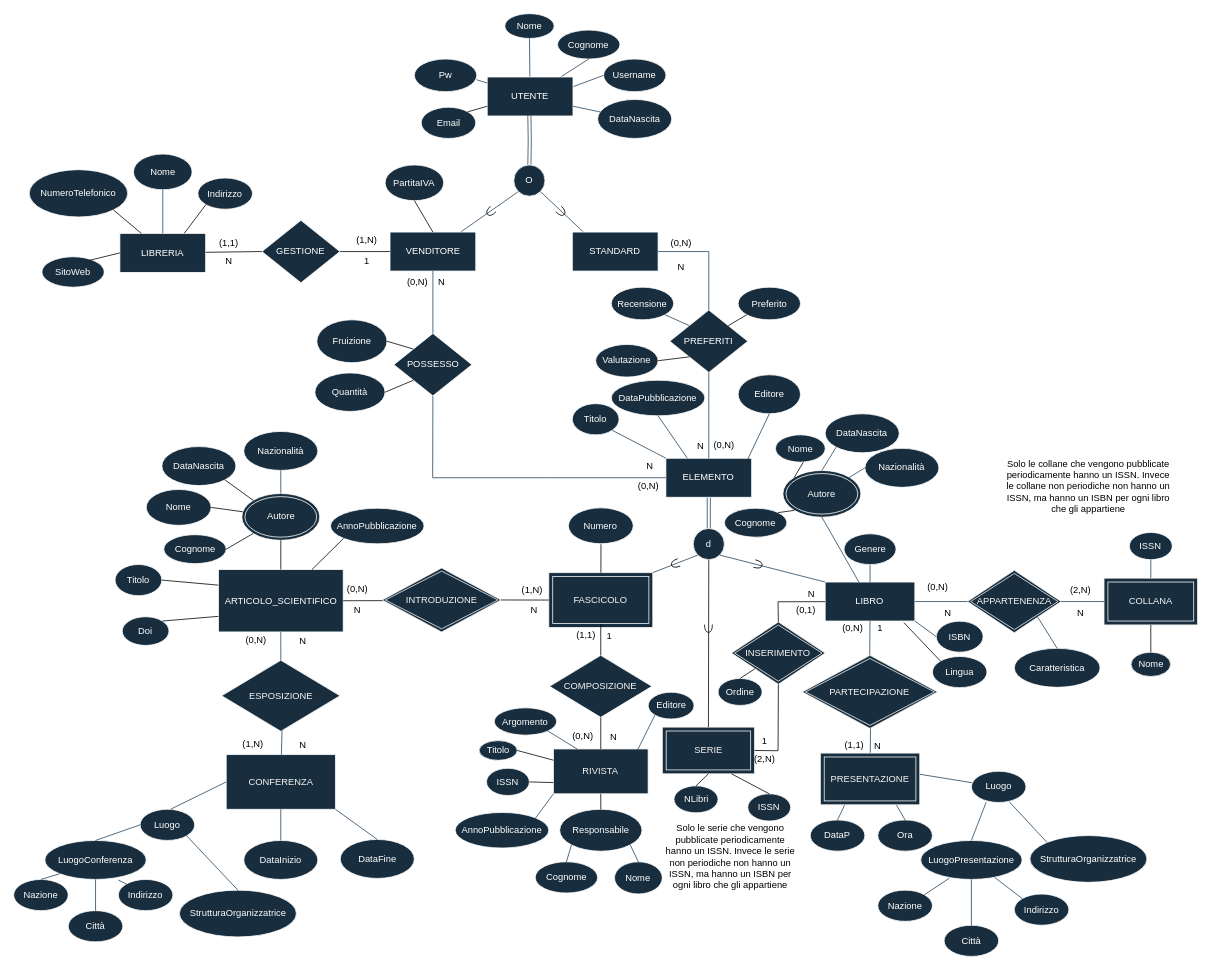
Giovk/Sistema-di-una-Bibleoteca-Digitale keeps this draw.io diagram as DiagrammaER v1.3.1.drawio. Above is the earlier version. Source tidied: cells renumbered, new cells numbered last; positions are measured from the earlier drawing's top-left corner, leaving out a move shared by most shapes. Both pictures are drawn from the tidied source at 78%, with x=0, y=0 at pixel (13, 13).
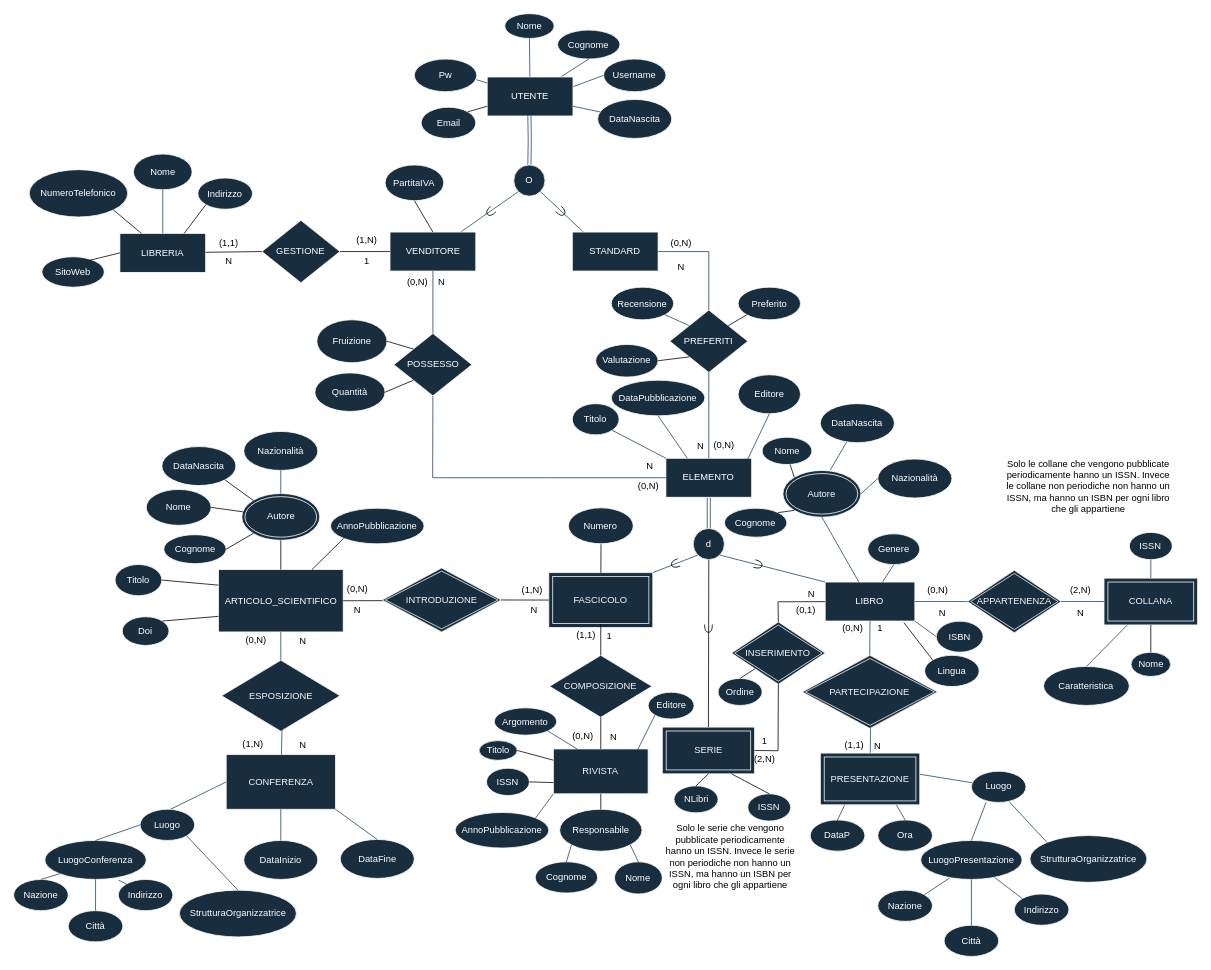
The same diagram, later.

Unchanged cells that the change refers to:
```xml
<mxCell id="10" value="Autore" style="ellipse;shape=doubleEllipse;whiteSpace=wrap;html=1;fillColor=#182E3E;strokeColor=#FFFFFF;fontColor=#FFFFFF;" parent="1" vertex="1">
  <mxGeometry x="986.2" y="585.6" width="100" height="60" as="geometry" />
</mxCell>
<mxCell id="19" value="COLLANA" style="shape=ext;margin=3;double=1;whiteSpace=wrap;html=1;align=center;fillStyle=auto;strokeColor=#F5F5F5;fontColor=#F5F5F5;fillColor=#182E3E;" parent="1" vertex="1">
  <mxGeometry x="1397.9" y="723.7" width="120" height="60" as="geometry" />
</mxCell>
<mxCell id="20" value="&lt;font color=&quot;#f5f5f5&quot;&gt;APPARTENENZA&lt;/font&gt;" style="shape=rhombus;double=1;perimeter=rhombusPerimeter;whiteSpace=wrap;html=1;align=center;fillColor=#182E3E;fillStyle=auto;strokeColor=#F5F5F5;" parent="1" vertex="1">
  <mxGeometry x="1222.9" y="713.7" width="120" height="80" as="geometry" />
</mxCell>
```

Change to the diagram source:
```diff
@@
     <mxCell id="23" value="N" style="text;html=1;strokeColor=none;fillColor=none;align=center;verticalAlign=middle;whiteSpace=wrap;rounded=0;fontColor=#000000;" parent="1" vertex="1">
-      <mxGeometry x="1167.9" y="753.7" width="60" height="30" as="geometry" />
+      <mxGeometry x="1160.9" y="753.7" width="60" height="30" as="geometry" />
     </mxCell>
@@
     <mxCell id="25" value="(0,N)" style="text;html=1;strokeColor=none;fillColor=none;align=center;verticalAlign=middle;whiteSpace=wrap;rounded=0;fontColor=#000000;" parent="1" vertex="1">
-      <mxGeometry x="1155.4" y="719.8" width="60" height="30" as="geometry" />
+      <mxGeometry x="1155.4" y="723.8" width="60" height="30" as="geometry" />
     </mxCell>
@@
     <mxCell id="38" value="DataNascita" style="ellipse;whiteSpace=wrap;html=1;fillColor=#182E3E;strokeColor=#FFFFFF;fontColor=#FFFFFF;" parent="1" vertex="1">
-      <mxGeometry x="1040.4" y="513" width="95" height="50" as="geometry" />
+      <mxGeometry x="1034.2" y="500" width="95" height="50" as="geometry" />
     </mxCell>
@@
     <mxCell id="41" value="Nazionalità" style="ellipse;whiteSpace=wrap;html=1;strokeColor=#FFFFFF;fontColor=#FFFFFF;fillColor=#182E3E;" parent="1" vertex="1">
-      <mxGeometry x="1091.3" y="557.3" width="95" height="50" as="geometry" />
+      <mxGeometry x="1107.9" y="571" width="95" height="50" as="geometry" />
     </mxCell>
-    <mxCell id="42" style="endArrow=none;html=1;rounded=0;strokeColor=#23445D;entryX=0;entryY=0.5;entryDx=0;entryDy=0;exitX=1;exitY=0;exitDx=0;exitDy=0;" parent="1" edge="1" source="10" target="41">
+    <mxCell id="42" style="endArrow=none;html=1;rounded=0;strokeColor=#23445D;entryX=0;entryY=0.5;entryDx=0;entryDy=0;exitX=1;exitY=0.5;exitDx=0;exitDy=0;" parent="1" edge="1" source="10" target="41">
       <mxGeometry relative="1" as="geometry" />
     </mxCell>
@@
     <mxCell id="45" value="Lingua" style="ellipse;whiteSpace=wrap;html=1;fillColor=#182E3E;strokeColor=#FFFFFF;fontColor=#FFFFFF;" parent="1" vertex="1">
-      <mxGeometry x="1177.9" y="824.1" width="70" height="40" as="geometry" />
+      <mxGeometry x="1167.9" y="822.7" width="70" height="40" as="geometry" />
     </mxCell>
     <mxCell id="46" value="Genere" style="ellipse;whiteSpace=wrap;html=1;fillColor=#182E3E;strokeColor=#FFFFFF;fontColor=#FFFFFF;" parent="1" vertex="1">
-      <mxGeometry x="1064.6" y="666.9" width="66.7" height="39.4" as="geometry" />
+      <mxGeometry x="1095" y="666.9" width="66.7" height="39.4" as="geometry" />
     </mxCell>
@@
     <mxCell id="77" value="Caratteristica" style="ellipse;whiteSpace=wrap;html=1;fillColor=#182E3E;strokeColor=#FFFFFF;fontColor=#FFFFFF;" parent="1" vertex="1">
-      <mxGeometry x="1282.9" y="813.7" width="110" height="50" as="geometry" />
+      <mxGeometry x="1320.4" y="836.9" width="110" height="50" as="geometry" />
     </mxCell>
-    <mxCell id="78" style="endArrow=none;html=1;rounded=0;strokeColor=#23445D;fontColor=#000000;exitX=0.5;exitY=0;exitDx=0;exitDy=0;entryX=1;entryY=1;entryDx=0;entryDy=0;" parent="1" edge="1" source="77" target="20">
+    <mxCell id="78" style="endArrow=none;html=1;rounded=0;strokeColor=#23445D;fontColor=#000000;exitX=0.5;exitY=0;exitDx=0;exitDy=0;entryX=0.25;entryY=1;entryDx=0;entryDy=0;" parent="1" edge="1" source="77" target="19">
       <mxGeometry relative="1" as="geometry" />
     </mxCell>
@@
-    <mxCell id="82" style="endArrow=none;html=1;rounded=0;strokeColor=#23445D;fontColor=#000000;entryX=0;entryY=1;entryDx=0;entryDy=0;exitX=0.5;exitY=0;exitDx=0;exitDy=0;" parent="1" edge="1" source="10" target="38">
+    <mxCell id="82" style="endArrow=none;html=1;rounded=0;strokeColor=#23445D;fontColor=#000000;exitX=0.608;exitY=-0.01;exitDx=0;exitDy=0;exitPerimeter=0;" parent="1" edge="1" source="10" target="38">
       <mxGeometry relative="1" as="geometry" />
     </mxCell>
@@
     <mxCell id="183" value="Nome" style="ellipse;whiteSpace=wrap;html=1;fillColor=#182E3E;strokeColor=#FFFFFF;fontColor=#FFFFFF;" parent="1" vertex="1">
-      <mxGeometry x="976.7" y="540" width="63.8" height="35" as="geometry" />
+      <mxGeometry x="959.6" y="543.1" width="63.8" height="35" as="geometry" />
     </mxCell>
```
